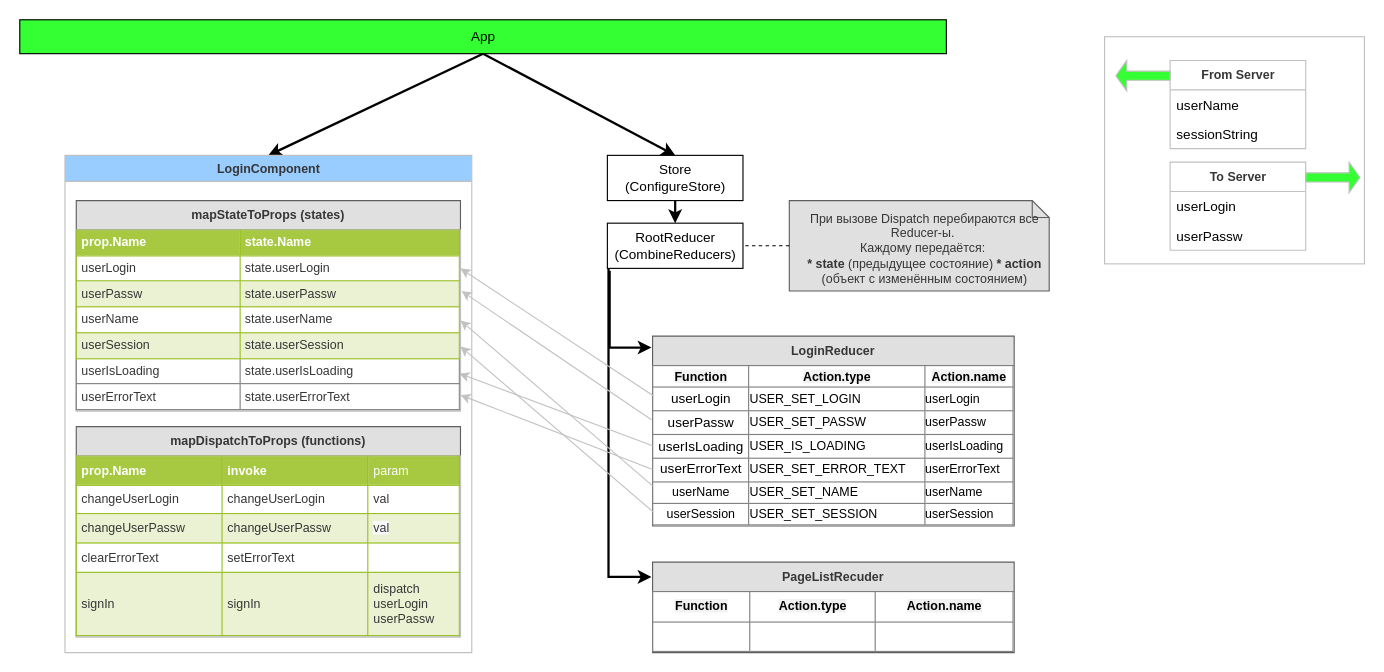
This is page "Page-1" (1 of 2) of scheme.drawio from alwertus/sitefront, a draw.io file, before an edit. Source tidied: cells renumbered, new cells numbered last; positions are measured from the earlier drawing's top-left corner, leaving out a move shared by most shapes. Both pictures are drawn from the tidied source at 113%, with x=0, y=0 at pixel (19, 19).
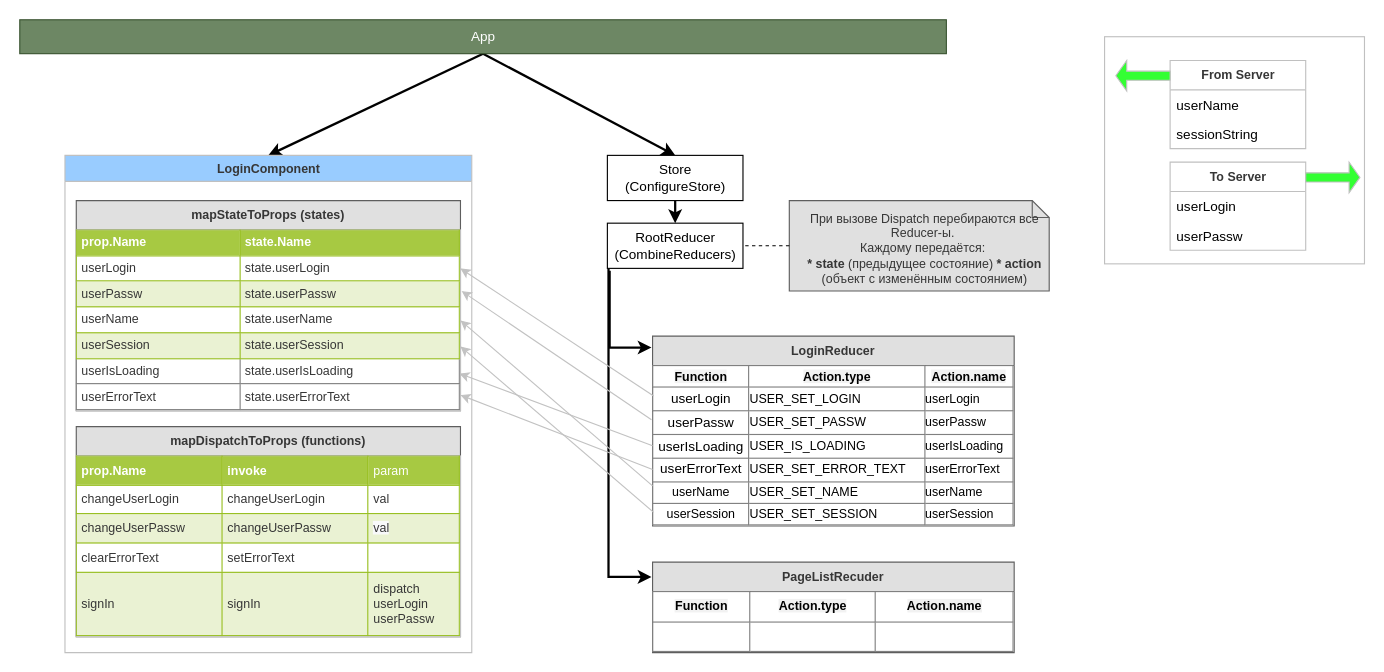
The same diagram, later.

The edit, as a diff of the source:
```diff
@@
-    <mxCell id="4" value="App" style="html=1;fillColor=#33FF33;" parent="1" vertex="1">
+    <mxCell id="4" value="App" style="html=1;fillColor=#6d8764;strokeColor=#3A5431;fontColor=#ffffff;" parent="1" vertex="1">
       <mxGeometry width="820" height="30" as="geometry" />
     </mxCell>
```
